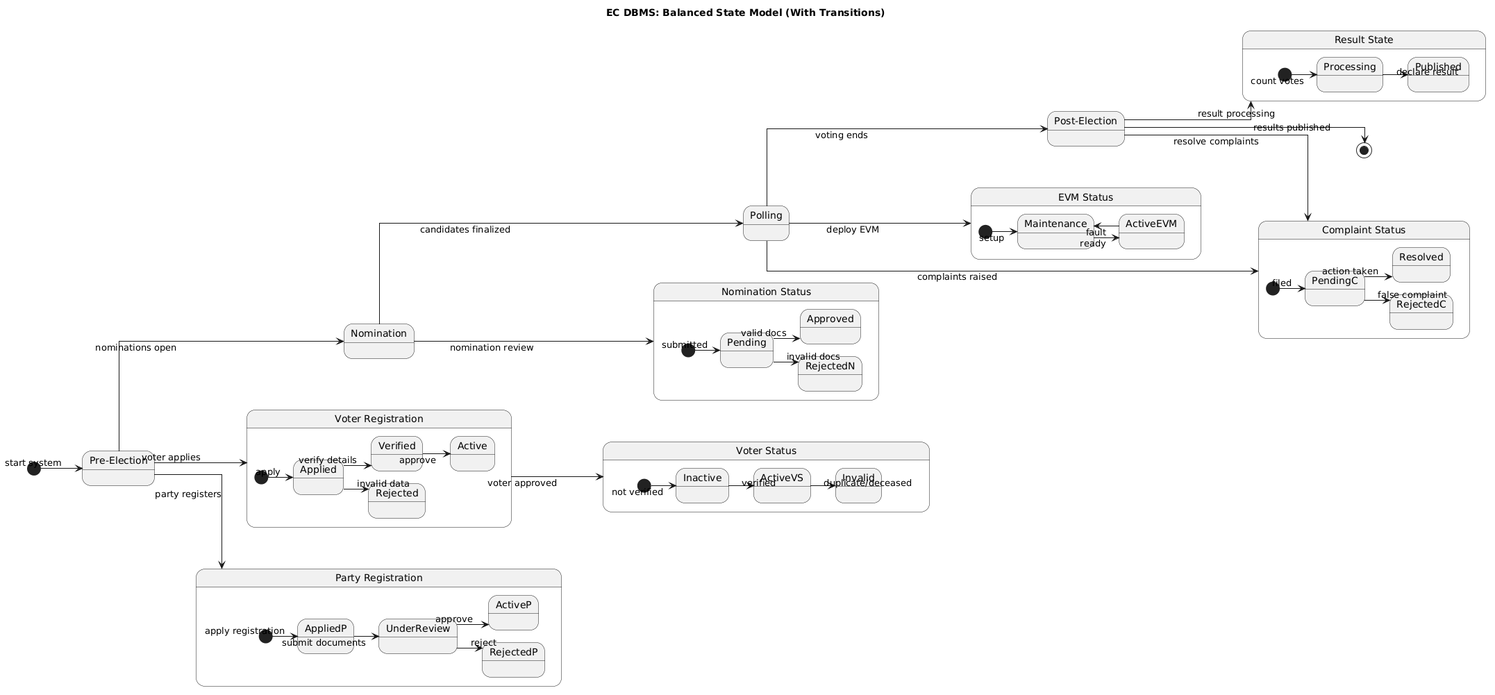
parth-here333/Election-System-OOT-Prototype keeps this PlantUML diagram as Diagrams/State Diagram.png. Above is the earlier version.
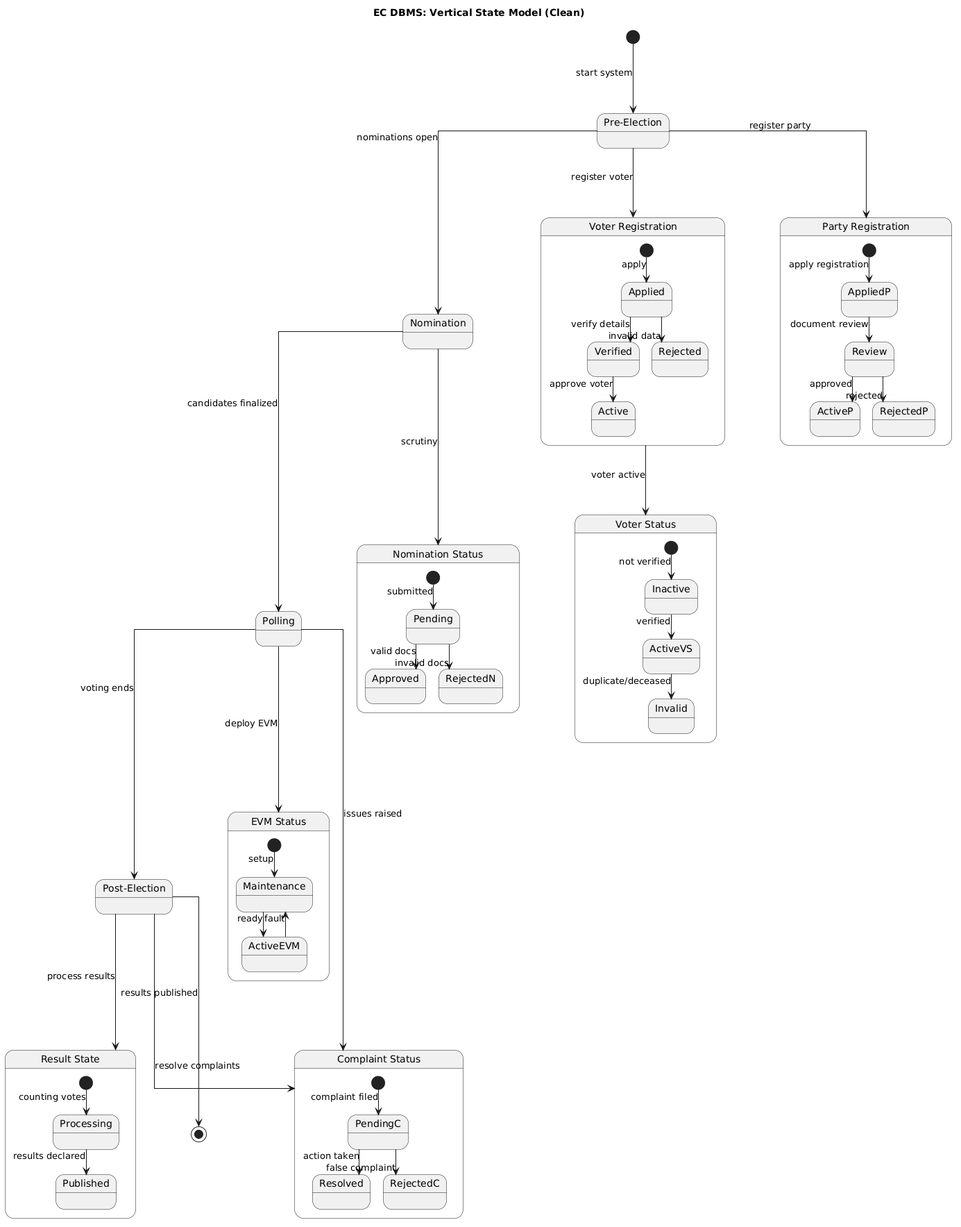
Later version of the same file.

The edit, as a diff of the source:
```diff
@@ -1,18 +1,18 @@
 @startuml
 skinparam linetype ortho
-skinparam nodesep 60
-skinparam ranksep 60
+skinparam nodesep 80
+skinparam ranksep 100
 
-left to right direction
+top to bottom direction
 
-title EC DBMS: Balanced State Model (With Transitions)
+title EC DBMS: Vertical State Model (Clean)
+
+[*] --> PRE : start system
 
 state PRE as "Pre-Election"
 state NOM as "Nomination"
 state POLL as "Polling"
 state POST as "Post-Election"
-
-[*] --> PRE : start system
 
 PRE --> NOM : nominations open
 NOM --> POLL : candidates finalized
@@ -22,21 +22,15 @@
 state VR as "Voter Registration" {
   [*] --> Applied : apply
   Applied --> Verified : verify details
-  Verified --> Active : approve
+  Verified --> Active : approve voter
   Applied --> Rejected : invalid data
 }
 
 state PS as "Party Registration" {
   [*] --> AppliedP : apply registration
-  AppliedP --> UnderReview : submit documents
-  UnderReview --> ActiveP : approve
-  UnderReview --> RejectedP : reject
-}
-
-state VS as "Voter Status" {
-  [*] --> Inactive : not verified
-  Inactive --> ActiveVS : verified
-  ActiveVS --> Invalid : duplicate/deceased
+  AppliedP --> Review : document review
+  Review --> ActiveP : approved
+  Review --> RejectedP : rejected
 }
 
 state NS as "Nomination Status" {
@@ -51,28 +45,34 @@
   ActiveEVM --> Maintenance : fault
 }
 
+state RS as "Result State" {
+  [*] --> Processing : counting votes
+  Processing --> Published : results declared
+}
+
 state CS as "Complaint Status" {
-  [*] --> PendingC : filed
+  [*] --> PendingC : complaint filed
   PendingC --> Resolved : action taken
   PendingC --> RejectedC : false complaint
 }
 
-state RS as "Result State" {
-  [*] --> Processing : count votes
-  Processing --> Published : declare result
+state VS as "Voter Status" {
+  [*] --> Inactive : not verified
+  Inactive --> ActiveVS : verified
+  ActiveVS --> Invalid : duplicate/deceased
 }
 
 
-PRE --> VR : voter applies
-PRE --> PS : party registers
+PRE --> VR : register voter
+VR --> VS : voter active
 
-VR --> VS : voter approved
+PRE --> PS : register party
 
-NOM --> NS : nomination review
+NOM --> NS : scrutiny
 
 POLL --> ES : deploy EVM
-POLL --> CS : complaints raised
+POLL --> CS : issues raised
 
-POST --> RS : result processing
+POST --> RS : process results
 POST --> CS : resolve complaints
 @enduml
```
